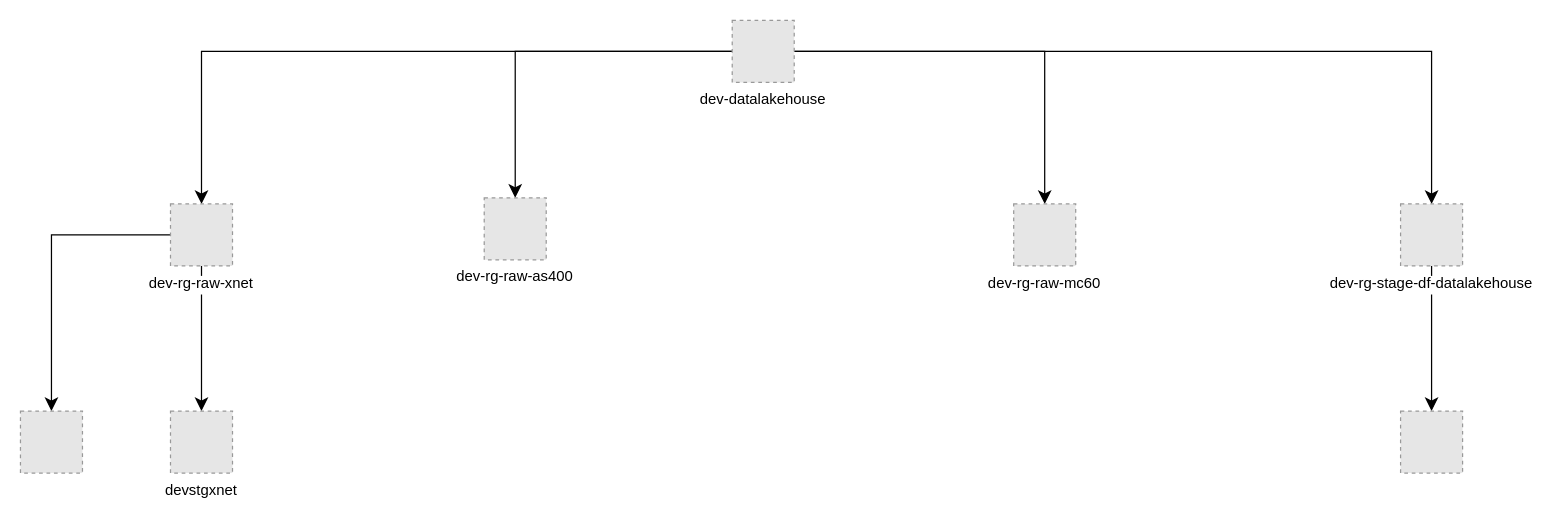
This is page "dev-datalakehouse" (2 of 2) of Arquitectura Azure.drawio from jcdiazz/Diagramas, a draw.io file, before an edit. Source tidied: cells renumbered, new cells numbered last; positions are measured from the earlier drawing's top-left corner, leaving out a move shared by most shapes. Both pictures are drawn from the tidied source at 124%, with x=0, y=0 at pixel (20, 20). Pictures stored in the file or linked from it are replaced by grey dashed boxes.
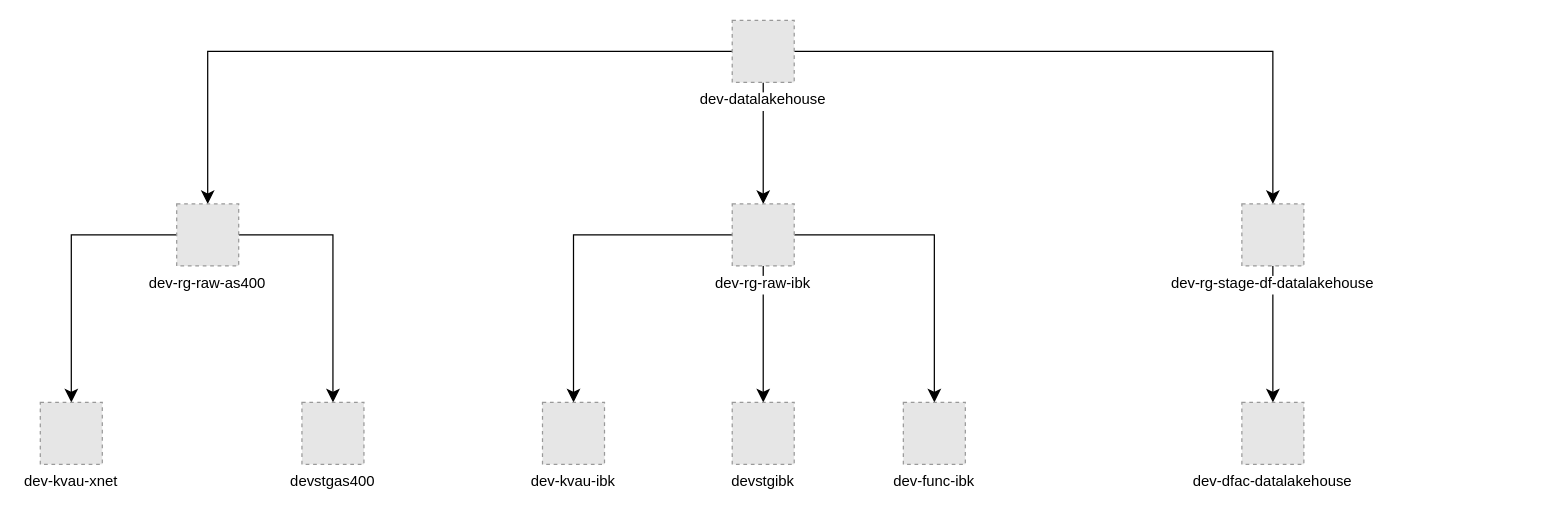
The same page after the edit.

The change refers to these unchanged cells:
```xml
<mxCell id="6" value="dev-datalakehouse" style="fillColor=#E6E6E6;strokeColor=#999999;dashed=1;verticalLabelPosition=bottom;labelBackgroundColor=default;verticalAlign=top;rotation=0;" parent="1" vertex="1">
  <mxGeometry x="574" width="50" height="50" as="geometry" />
</mxCell>
```

Change to the diagram source:
```diff
@@
-    <mxCell id="2" style="edgeStyle=orthogonalEdgeStyle;rounded=0;jettySize=auto;html=1;entryX=0.5;entryY=0;entryDx=0;entryDy=0;fontSize=12;startSize=8;endSize=8;" parent="1" edge="1" source="6" target="7">
-      <mxGeometry relative="1" as="geometry" />
-    </mxCell>
@@
-    <mxCell id="4" style="edgeStyle=orthogonalEdgeStyle;rounded=0;jettySize=auto;html=1;entryX=0.5;entryY=0;entryDx=0;entryDy=0;fontSize=12;startSize=8;endSize=8;" parent="1" edge="1" source="6" target="8">
+    <mxCell id="4" style="rounded=0;jettySize=auto;html=1;entryX=0.5;entryY=0;entryDx=0;entryDy=0;fontSize=12;startSize=8;endSize=8;" parent="1" edge="1" source="6" target="8">
       <mxGeometry relative="1" as="geometry" />
     </mxCell>
@@
-    <mxCell id="7" value="dev-rg-raw-as400" style="fillColor=#E6E6E6;strokeColor=#999999;dashed=1;verticalLabelPosition=bottom;labelBackgroundColor=default;verticalAlign=top;rotation=0;" parent="1" vertex="1">
-      <mxGeometry x="374" y="143" width="50" height="50" as="geometry" />
-    </mxCell>
+    <mxCell id="17" style="edgeStyle=orthogonalEdgeStyle;rounded=0;jettySize=auto;html=1;entryX=0.5;entryY=0;entryDx=0;entryDy=0;fontSize=12;startSize=8;endSize=8;" parent="1" edge="1" source="8" target="21">
+      <mxGeometry relative="1" as="geometry" />
+    </mxCell>
+    <mxCell id="18" style="edgeStyle=none;curved=1;rounded=0;jettySize=auto;html=1;entryX=0.5;entryY=0;entryDx=0;entryDy=0;fontSize=12;startSize=8;endSize=8;" parent="1" edge="1" source="8" target="20">
+      <mxGeometry relative="1" as="geometry" />
+    </mxCell>
+    <mxCell id="19" style="edgeStyle=orthogonalEdgeStyle;rounded=0;jettySize=auto;html=1;entryX=0.5;entryY=0;entryDx=0;entryDy=0;fontSize=12;startSize=8;endSize=8;" parent="1" edge="1" source="8" target="22">
+      <mxGeometry relative="1" as="geometry" />
+    </mxCell>
-    <mxCell id="8" value="dev-rg-raw-mc60" style="fillColor=#E6E6E6;strokeColor=#999999;dashed=1;verticalLabelPosition=bottom;labelBackgroundColor=default;verticalAlign=top;rotation=0;" parent="1" vertex="1">
-      <mxGeometry x="801" y="148" width="50" height="50" as="geometry" />
+    <mxCell id="8" value="dev-rg-raw-ibk" style="fillColor=#E6E6E6;strokeColor=#999999;dashed=1;verticalLabelPosition=bottom;labelBackgroundColor=default;verticalAlign=top;rotation=0;" parent="1" vertex="1">
+      <mxGeometry x="574" y="148" width="50" height="50" as="geometry" />
     </mxCell>
-    <mxCell id="9" style="edgeStyle=none;curved=1;rounded=0;jettySize=auto;html=1;fontSize=12;startSize=8;endSize=8;" parent="1" edge="1" source="11" target="12">
+    <mxCell id="9" style="edgeStyle=orthogonalEdgeStyle;rounded=0;jettySize=auto;html=1;fontSize=12;startSize=8;endSize=8;" parent="1" edge="1" source="11" target="12">
       <mxGeometry relative="1" as="geometry" />
     </mxCell>
@@
-    <mxCell id="11" value="dev-rg-raw-xnet" style="fillColor=#E6E6E6;strokeColor=#999999;dashed=1;verticalLabelPosition=bottom;labelBackgroundColor=default;verticalAlign=top;rotation=0;" parent="1" vertex="1">
-      <mxGeometry x="121" y="148" width="50" height="50" as="geometry" />
+    <mxCell id="11" value="dev-rg-raw-as400" style="fillColor=#E6E6E6;strokeColor=#999999;dashed=1;verticalLabelPosition=bottom;labelBackgroundColor=default;verticalAlign=top;rotation=0;" parent="1" vertex="1">
+      <mxGeometry x="126" y="148" width="50" height="50" as="geometry" />
     </mxCell>
-    <mxCell id="12" value="devstgxnet" style="fillColor=#E6E6E6;strokeColor=#999999;dashed=1;verticalLabelPosition=bottom;labelBackgroundColor=default;verticalAlign=top;rotation=0;" parent="1" vertex="1">
-      <mxGeometry x="121" y="315" width="50" height="50" as="geometry" />
+    <mxCell id="12" value="devstgas400" style="fillColor=#E6E6E6;strokeColor=#999999;dashed=1;verticalLabelPosition=bottom;labelBackgroundColor=default;verticalAlign=top;rotation=0;" parent="1" vertex="1">
+      <mxGeometry x="227" y="308" width="50" height="50" as="geometry" />
     </mxCell>
@@
     <mxCell id="14" value="dev-rg-stage-df-datalakehouse" style="fillColor=#E6E6E6;strokeColor=#999999;dashed=1;verticalLabelPosition=bottom;labelBackgroundColor=default;verticalAlign=top;rotation=0;" parent="1" vertex="1">
-      <mxGeometry x="1113" y="148" width="50" height="50" as="geometry" />
+      <mxGeometry x="985" y="148" width="50" height="50" as="geometry" />
     </mxCell>
-    <mxCell id="15" style="fillColor=#E6E6E6;strokeColor=#999999;dashed=1;verticalLabelPosition=bottom;labelBackgroundColor=default;verticalAlign=top;rotation=0;" parent="1" vertex="1">
-      <mxGeometry x="1113" y="315" width="50" height="50" as="geometry" />
+    <mxCell id="15" value="dev-dfac-datalakehouse" style="fillColor=#E6E6E6;strokeColor=#999999;dashed=1;verticalLabelPosition=bottom;labelBackgroundColor=default;verticalAlign=top;rotation=0;" parent="1" vertex="1">
+      <mxGeometry x="985" y="308" width="50" height="50" as="geometry" />
     </mxCell>
-    <mxCell id="16" style="fillColor=#E6E6E6;strokeColor=#999999;dashed=1;verticalLabelPosition=bottom;labelBackgroundColor=default;verticalAlign=top;rotation=0;" parent="1" vertex="1">
-      <mxGeometry y="315" width="50" height="50" as="geometry" />
+    <mxCell id="16" value="dev-kvau-xnet" style="fillColor=#E6E6E6;strokeColor=#999999;dashed=1;verticalLabelPosition=bottom;labelBackgroundColor=default;verticalAlign=top;rotation=0;" parent="1" vertex="1">
+      <mxGeometry x="16" y="308" width="50" height="50" as="geometry" />
     </mxCell>
+    <mxCell id="20" value="devstgibk" style="fillColor=#E6E6E6;strokeColor=#999999;dashed=1;verticalLabelPosition=bottom;labelBackgroundColor=default;verticalAlign=top;rotation=0;" parent="1" vertex="1">
+      <mxGeometry x="574" y="308" width="50" height="50" as="geometry" />
+    </mxCell>
+    <mxCell id="21" value="dev-kvau-ibk" style="fillColor=#E6E6E6;strokeColor=#999999;dashed=1;verticalLabelPosition=bottom;labelBackgroundColor=default;verticalAlign=top;rotation=0;" parent="1" vertex="1">
+      <mxGeometry x="421" y="308" width="50" height="50" as="geometry" />
+    </mxCell>
+    <mxCell id="22" value="dev-func-ibk" style="fillColor=#E6E6E6;strokeColor=#999999;dashed=1;verticalLabelPosition=bottom;labelBackgroundColor=default;verticalAlign=top;rotation=0;" parent="1" vertex="1">
+      <mxGeometry x="712" y="308" width="50" height="50" as="geometry" />
+    </mxCell>
```
